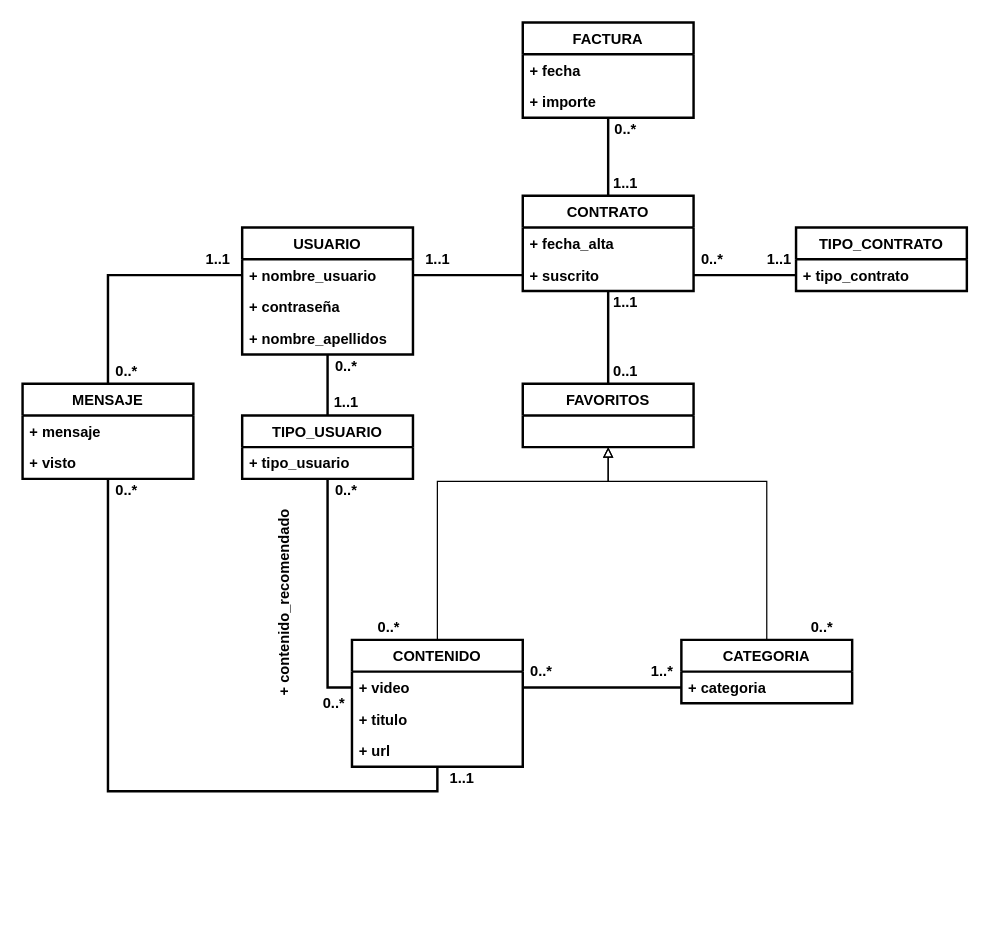
The draw.io diagram Modelo Conceptual.drawio in JaumeJulia/BD2_Practica02, before the edit. Source tidied: cells renumbered, new cells numbered last; positions are measured from the earlier drawing's top-left corner, leaving out a move shared by most shapes. Both pictures are drawn from the tidied source at 122%, with x=0, y=0 at pixel (22, 22).
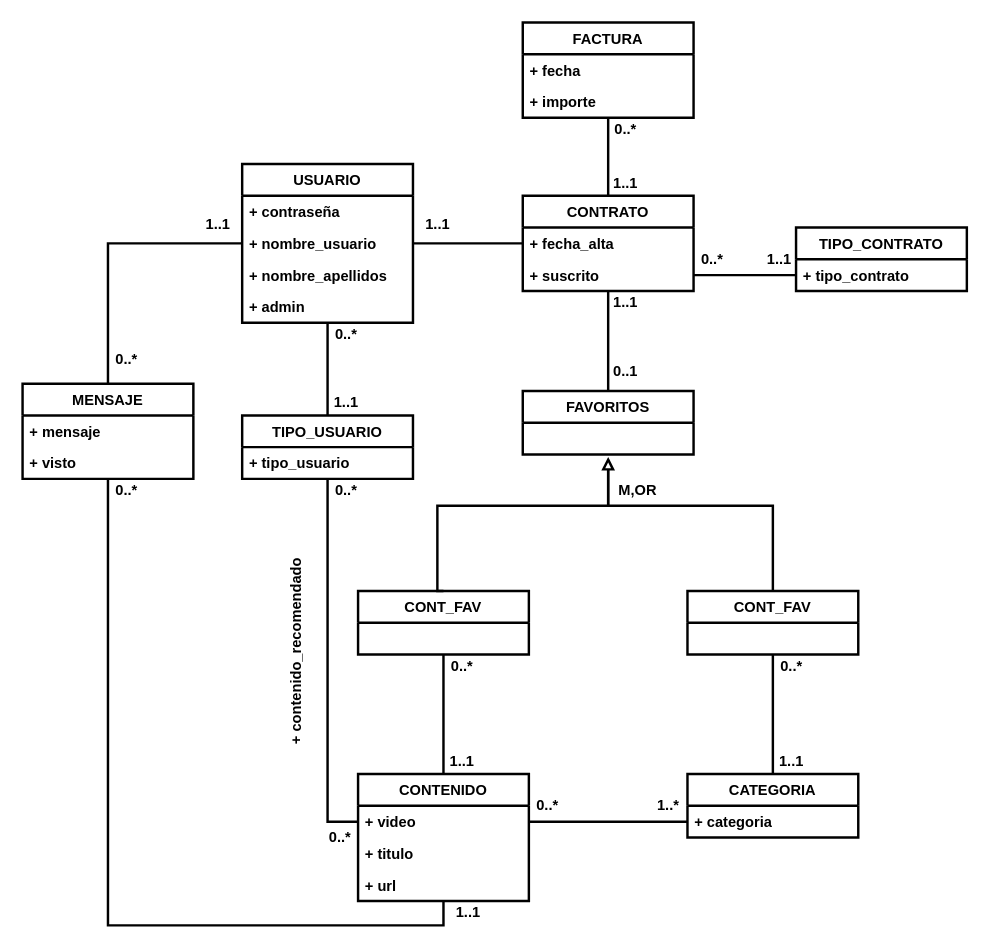
The same diagram, later.

The change refers to these unchanged cells:
```xml
<mxCell id="5" value="+ fecha_alta" style="text;strokeColor=none;fillColor=none;align=left;verticalAlign=top;spacingLeft=4;spacingRight=4;overflow=hidden;points=[[0,0.5],[1,0.5]];portConstraint=eastwest;fontStyle=1;" parent="4" vertex="1">
  <mxGeometry y="26" width="140" height="26" as="geometry" />
</mxCell>
<mxCell id="21" value="MENSAJE" style="swimlane;fontStyle=1;horizontal=1;startSize=26;fillColor=none;strokeWidth=2;" parent="1" vertex="1">
  <mxGeometry y="296" width="140" height="78" as="geometry" />
</mxCell>
```

Change to the diagram source:
```diff
@@
     <mxCell id="14" value="USUARIO" style="swimlane;fontStyle=1;horizontal=1;startSize=26;fillColor=none;strokeWidth=2;" parent="1" vertex="1">
-      <mxGeometry x="180" y="168" width="140" height="104" as="geometry" />
+      <mxGeometry x="180" y="116" width="140" height="130" as="geometry" />
     </mxCell>
+    <mxCell id="16" value="+ contraseña" style="text;strokeColor=none;fillColor=none;align=left;verticalAlign=top;spacingLeft=4;spacingRight=4;overflow=hidden;fontStyle=1;" parent="14" vertex="1">
+      <mxGeometry y="26" width="140" height="26" as="geometry" />
+    </mxCell>
+    <mxCell id="57" value="+ nombre_usuario" style="text;strokeColor=none;fillColor=none;align=left;verticalAlign=top;spacingLeft=4;spacingRight=4;overflow=hidden;points=[[0,0.5],[1,0.5]];portConstraint=eastwest;fontStyle=1;" parent="14" vertex="1">
+      <mxGeometry y="52" width="140" height="26" as="geometry" />
+    </mxCell>
+    <mxCell id="17" value="+ nombre_apellidos" style="text;strokeColor=none;fillColor=none;align=left;verticalAlign=top;spacingLeft=4;spacingRight=4;overflow=hidden;fontStyle=1;" parent="14" vertex="1">
+      <mxGeometry y="78" width="140" height="26" as="geometry" />
+    </mxCell>
-    <mxCell id="15" value="+ nombre_usuario" style="text;strokeColor=none;fillColor=none;align=left;verticalAlign=top;spacingLeft=4;spacingRight=4;overflow=hidden;points=[[0,0.5],[1,0.5]];portConstraint=eastwest;fontStyle=1;" parent="14" vertex="1">
-      <mxGeometry y="26" width="140" height="26" as="geometry" />
+    <mxCell id="15" value="+ admin" style="text;strokeColor=none;fillColor=none;align=left;verticalAlign=top;spacingLeft=4;spacingRight=4;overflow=hidden;points=[[0,0.5],[1,0.5]];portConstraint=eastwest;fontStyle=1;" parent="14" vertex="1">
+      <mxGeometry y="104" width="140" height="26" as="geometry" />
     </mxCell>
-    <mxCell id="16" value="+ contraseña" style="text;strokeColor=none;fillColor=none;align=left;verticalAlign=top;spacingLeft=4;spacingRight=4;overflow=hidden;fontStyle=1;" parent="14" vertex="1">
-      <mxGeometry y="52" width="140" height="26" as="geometry" />
-    </mxCell>
-    <mxCell id="17" value="+ nombre_apellidos" style="text;strokeColor=none;fillColor=none;align=left;verticalAlign=top;spacingLeft=4;spacingRight=4;overflow=hidden;fontStyle=1;" parent="14" vertex="1">
-      <mxGeometry y="78" width="140" height="26" as="geometry" />
-    </mxCell>
@@
     <mxCell id="24" value="FAVORITOS" style="swimlane;fontStyle=1;horizontal=1;startSize=26;fillColor=none;strokeWidth=2;" parent="1" vertex="1">
-      <mxGeometry x="410" y="296" width="140" height="52" as="geometry" />
+      <mxGeometry x="410" y="302" width="140" height="52" as="geometry" />
     </mxCell>
-    <mxCell id="25" style="edgeStyle=orthogonalEdgeStyle;rounded=0;jettySize=auto;html=1;exitX=0.5;exitY=0;exitDx=0;exitDy=0;entryX=0.5;entryY=1;entryDx=0;entryDy=0;endArrow=block;endFill=0;" parent="1" edge="1" source="26" target="24">
+    <mxCell id="25" style="edgeStyle=orthogonalEdgeStyle;rounded=0;jettySize=auto;html=1;endArrow=block;endFill=0;strokeWidth=2;exitX=0.5;exitY=0;exitDx=0;exitDy=0;" parent="1" edge="1" source="59">
       <mxGeometry relative="1" as="geometry">
+        <mxPoint x="480" y="356" as="targetPoint" />
         <Array as="points">
-          <mxPoint x="340" y="376" />
-          <mxPoint x="480" y="376" />
+          <mxPoint x="340" y="396" />
+          <mxPoint x="480" y="396" />
         </Array>
       </mxGeometry>
     </mxCell>
     <mxCell id="26" value="CONTENIDO" style="swimlane;fontStyle=1;horizontal=1;startSize=26;fillColor=none;strokeWidth=2;" parent="1" vertex="1">
-      <mxGeometry x="270" y="506" width="140" height="104" as="geometry" />
+      <mxGeometry x="275" y="616" width="140" height="104" as="geometry" />
     </mxCell>
@@
-    <mxCell id="30" style="edgeStyle=orthogonalEdgeStyle;rounded=0;jettySize=auto;html=1;exitX=0.5;exitY=0;exitDx=0;exitDy=0;entryX=0.5;entryY=1;entryDx=0;entryDy=0;endArrow=block;endFill=0;" parent="1" edge="1" source="31" target="24">
-      <mxGeometry relative="1" as="geometry">
-        <Array as="points">
-          <mxPoint x="610" y="376" />
-          <mxPoint x="480" y="376" />
-        </Array>
-      </mxGeometry>
-    </mxCell>
     <mxCell id="31" value="CATEGORIA" style="swimlane;fontStyle=1;horizontal=1;startSize=26;fillColor=none;strokeWidth=2;" parent="1" vertex="1">
-      <mxGeometry x="540" y="506" width="140" height="52" as="geometry" />
+      <mxGeometry x="545" y="616" width="140" height="52" as="geometry" />
     </mxCell>
@@
-    <mxCell id="34" style="edgeStyle=orthogonalEdgeStyle;rounded=0;jettySize=auto;html=1;exitX=1;exitY=0.5;exitDx=0;exitDy=0;endArrow=none;endFill=0;strokeWidth=2;fontStyle=1;" parent="1" edge="1" source="15">
-      <mxGeometry relative="1" as="geometry">
-        <mxPoint x="410" y="207" as="targetPoint" />
-      </mxGeometry>
-    </mxCell>
-    <mxCell id="35" style="edgeStyle=orthogonalEdgeStyle;rounded=0;jettySize=auto;html=1;exitX=0;exitY=0.5;exitDx=0;exitDy=0;entryX=0.5;entryY=0;entryDx=0;entryDy=0;endArrow=none;endFill=0;strokeWidth=2;fontStyle=1;" parent="1" edge="1" source="15" target="21">
-      <mxGeometry relative="1" as="geometry" />
-    </mxCell>
@@
     <mxCell id="37" value="1..1" style="text;html=1;align=center;verticalAlign=middle;strokeColor=none;fillColor=none;fontStyle=1;" parent="1" vertex="1">
-      <mxGeometry x="320" y="184" width="40" height="20" as="geometry" />
+      <mxGeometry x="320" y="156" width="40" height="20" as="geometry" />
     </mxCell>
     <mxCell id="38" value="1..1" style="text;html=1;align=center;verticalAlign=middle;strokeColor=none;fillColor=none;fontStyle=1;" parent="1" vertex="1">
-      <mxGeometry x="140" y="184" width="40" height="20" as="geometry" />
+      <mxGeometry x="140" y="156" width="40" height="20" as="geometry" />
     </mxCell>
     <mxCell id="39" value="0..*" style="text;html=1;align=center;verticalAlign=middle;strokeColor=none;fillColor=none;fontStyle=1;" parent="1" vertex="1">
-      <mxGeometry x="70" y="276" width="30" height="20" as="geometry" />
+      <mxGeometry x="70" y="266" width="30" height="20" as="geometry" />
     </mxCell>
@@
     <mxCell id="41" value="+ contenido_recomendado" style="text;html=1;align=center;verticalAlign=middle;strokeColor=none;fillColor=none;fontStyle=1;rotation=-90;" parent="1" vertex="1">
-      <mxGeometry x="130" y="466" width="170" height="20" as="geometry" />
+      <mxGeometry x="140" y="506" width="170" height="20" as="geometry" />
     </mxCell>
@@
     <mxCell id="44" value="0..*" style="text;html=1;align=center;verticalAlign=middle;strokeColor=none;fillColor=none;fontStyle=1;" parent="1" vertex="1">
-      <mxGeometry x="250" y="272" width="30" height="20" as="geometry" />
+      <mxGeometry x="250" y="246" width="30" height="20" as="geometry" />
     </mxCell>
     <mxCell id="45" value="0..*" style="text;html=1;align=center;verticalAlign=middle;strokeColor=none;fillColor=none;fontStyle=1;" parent="1" vertex="1">
-      <mxGeometry x="240" y="548" width="30" height="20" as="geometry" />
+      <mxGeometry x="245" y="658" width="30" height="20" as="geometry" />
     </mxCell>
     <mxCell id="46" value="1..1" style="text;html=1;align=center;verticalAlign=middle;strokeColor=none;fillColor=none;fontStyle=1;" parent="1" vertex="1">
-      <mxGeometry x="340" y="610" width="40" height="20" as="geometry" />
+      <mxGeometry x="345" y="720" width="40" height="20" as="geometry" />
     </mxCell>
     <mxCell id="47" value="0..*" style="text;html=1;align=center;verticalAlign=middle;strokeColor=none;fillColor=none;fontStyle=1;" parent="1" vertex="1">
-      <mxGeometry x="285" y="486" width="30" height="20" as="geometry" />
+      <mxGeometry x="345" y="518" width="30" height="20" as="geometry" />
     </mxCell>
     <mxCell id="48" value="0..*" style="text;html=1;align=center;verticalAlign=middle;strokeColor=none;fillColor=none;fontStyle=1;" parent="1" vertex="1">
-      <mxGeometry x="640" y="486" width="30" height="20" as="geometry" />
+      <mxGeometry x="615" y="518" width="30" height="20" as="geometry" />
     </mxCell>
     <mxCell id="49" value="0..*" style="text;html=1;align=center;verticalAlign=middle;strokeColor=none;fillColor=none;fontStyle=1;" parent="1" vertex="1">
-      <mxGeometry x="410" y="522" width="30" height="20" as="geometry" />
+      <mxGeometry x="415" y="632" width="30" height="20" as="geometry" />
     </mxCell>
     <mxCell id="50" value="1..*" style="text;html=1;align=center;verticalAlign=middle;strokeColor=none;fillColor=none;fontStyle=1;" parent="1" vertex="1">
-      <mxGeometry x="509" y="522" width="30" height="20" as="geometry" />
+      <mxGeometry x="514" y="632" width="30" height="20" as="geometry" />
     </mxCell>
@@
+    <mxCell id="58" style="edgeStyle=orthogonalEdgeStyle;rounded=0;jettySize=auto;html=1;exitX=0.5;exitY=1;exitDx=0;exitDy=0;entryX=0.5;entryY=0;entryDx=0;entryDy=0;endArrow=none;endFill=0;strokeWidth=2;" parent="1" edge="1" source="59" target="26">
+      <mxGeometry relative="1" as="geometry" />
+    </mxCell>
+    <mxCell id="59" value="CONT_FAV" style="swimlane;fontStyle=1;horizontal=1;startSize=26;fillColor=none;strokeWidth=2;" parent="1" vertex="1">
+      <mxGeometry x="275" y="466" width="140" height="52" as="geometry" />
+    </mxCell>
+    <mxCell id="60" style="edgeStyle=orthogonalEdgeStyle;rounded=0;jettySize=auto;html=1;exitX=0.5;exitY=1;exitDx=0;exitDy=0;entryX=0.5;entryY=0;entryDx=0;entryDy=0;endArrow=none;endFill=0;strokeWidth=2;" parent="1" edge="1" source="62" target="31">
+      <mxGeometry relative="1" as="geometry" />
+    </mxCell>
+    <mxCell id="61" style="edgeStyle=orthogonalEdgeStyle;rounded=0;jettySize=auto;html=1;exitX=0.5;exitY=0;exitDx=0;exitDy=0;endArrow=none;endFill=0;strokeWidth=2;" parent="1" edge="1" source="62">
+      <mxGeometry relative="1" as="geometry">
+        <mxPoint x="480" y="366" as="targetPoint" />
+        <Array as="points">
+          <mxPoint x="615" y="396" />
+          <mxPoint x="480" y="396" />
+        </Array>
+      </mxGeometry>
+    </mxCell>
+    <mxCell id="62" value="CONT_FAV" style="swimlane;fontStyle=1;horizontal=1;startSize=26;fillColor=none;strokeWidth=2;" parent="1" vertex="1">
+      <mxGeometry x="545" y="466" width="140" height="52" as="geometry" />
+    </mxCell>
+    <mxCell id="63" value="1..1" style="text;html=1;align=center;verticalAlign=middle;strokeColor=none;fillColor=none;fontStyle=1;" parent="1" vertex="1">
+      <mxGeometry x="340" y="596" width="40" height="20" as="geometry" />
+    </mxCell>
+    <mxCell id="64" value="1..1" style="text;html=1;align=center;verticalAlign=middle;strokeColor=none;fillColor=none;fontStyle=1;" parent="1" vertex="1">
+      <mxGeometry x="610" y="596" width="40" height="20" as="geometry" />
+    </mxCell>
+    <mxCell id="65" value="&lt;b&gt;M,OR&lt;/b&gt;" style="text;html=1;align=center;verticalAlign=middle;strokeColor=none;fillColor=none;" parent="1" vertex="1">
+      <mxGeometry x="479" y="374" width="50" height="20" as="geometry" />
+    </mxCell>
+    <mxCell id="66" style="edgeStyle=orthogonalEdgeStyle;rounded=0;jettySize=auto;html=1;exitX=0;exitY=0.5;exitDx=0;exitDy=0;entryX=1;entryY=0.5;entryDx=0;entryDy=0;endArrow=none;endFill=0;strokeWidth=2;" parent="1" edge="1" source="5" target="57">
+      <mxGeometry relative="1" as="geometry" />
+    </mxCell>
+    <mxCell id="67" style="edgeStyle=orthogonalEdgeStyle;rounded=0;jettySize=auto;html=1;exitX=0;exitY=0.5;exitDx=0;exitDy=0;entryX=0.5;entryY=0;entryDx=0;entryDy=0;endArrow=none;endFill=0;strokeWidth=2;" parent="1" edge="1" source="57" target="21">
+      <mxGeometry relative="1" as="geometry" />
+    </mxCell>
```
